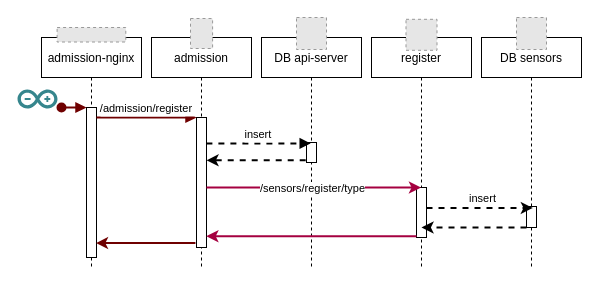
This is diagrams/3-register-sensors.drawio from home-anthill/docs, a draw.io file, before an edit. Source tidied: cells renumbered, new cells numbered last; positions are measured from the earlier drawing's top-left corner, leaving out a move shared by most shapes. Both pictures are drawn from the tidied source at 100%, with x=0, y=0 at pixel (17, 17). Pictures stored in the file or linked from it are replaced by grey dashed boxes.
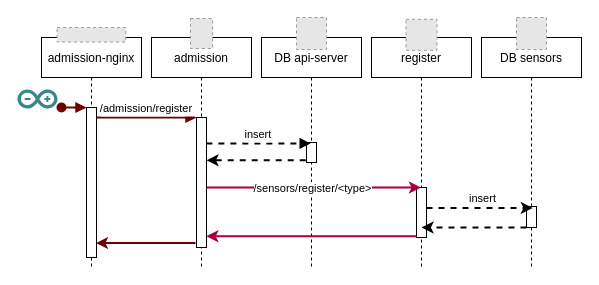
The same diagram, later.

Unchanged cells that the change refers to:
```xml
<mxCell id="21" style="edgeStyle=orthogonalEdgeStyle;rounded=0;jettySize=auto;html=1;fillColor=#d80073;strokeColor=#A50040;strokeWidth=2;" parent="1" edge="1" source="7" target="11">
  <mxGeometry relative="1" as="geometry">
    <Array as="points">
      <mxPoint x="224" y="170" />
      <mxPoint x="224" y="170" />
    </Array>
  </mxGeometry>
</mxCell>
```

Change to the diagram source:
```diff
@@
-    <mxCell id="22" value="/sensors/register/type" style="edgeLabel;html=1;align=center;verticalAlign=middle;" parent="21" vertex="1">
+    <mxCell id="22" value="/sensors/register/&amp;lt;type&amp;gt;" style="edgeLabel;html=1;align=center;verticalAlign=middle;" parent="21" vertex="1">
       <mxGeometry x="-0.12" y="1" relative="1" as="geometry">
         <mxPoint x="11" y="1" as="offset" />
       </mxGeometry>
     </mxCell>
```
